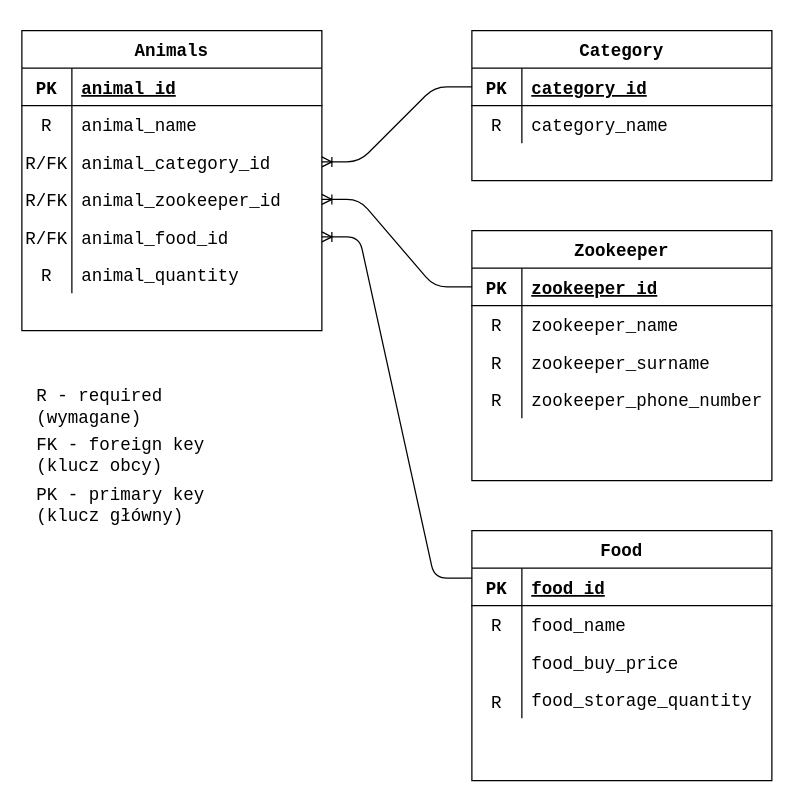
Earlier version of the draw.io diagram assets/diagrams/ERD.drawio (LukaszMichalsky/Project_TIU). Source tidied: cells renumbered, new cells numbered last; positions are measured from the earlier drawing's top-left corner, leaving out a move shared by most shapes. Both pictures are drawn from the tidied source at 125%, with x=0, y=0 at pixel (21, 30).
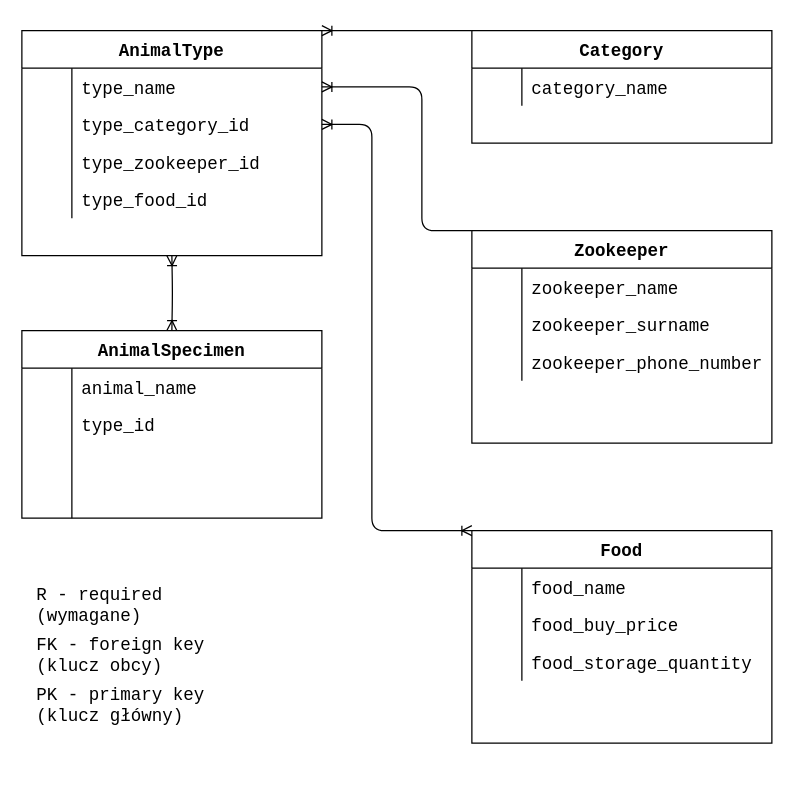
Above is the later version.

Commit message:
Updated ERD diagram

The change refers to these unchanged cells:
```xml
<mxCell id="22" style="group;fontFamily=Courier New;fontSize=14;" parent="1" vertex="1">
  <mxGeometry x="360" y="400" width="240" height="200" as="geometry" />
</mxCell>
<mxCell id="37" style="group;fontFamily=Courier New;fontSize=14;" parent="1" vertex="1">
  <mxGeometry width="240" height="240" as="geometry" />
</mxCell>
```

Change to the diagram source:
```diff
@@
     <mxCell id="2" value="Zookeeper" style="shape=table;startSize=30;childLayout=tableLayout;rowLines=0;fontStyle=1;align=center;fontFamily=Courier New;fontSize=14;" parent="1" vertex="1">
-      <mxGeometry x="360" y="160" width="240" height="200" as="geometry" />
+      <mxGeometry x="360" y="160" width="240" height="170" as="geometry" />
     </mxCell>
-    <mxCell id="3" style="shape=partialRectangle;fillColor=none;top=0;left=0;bottom=1;right=0;points=[[0,0.5],[1,0.5]];portConstraint=eastwest;fontFamily=Courier New;fontSize=14;" parent="2" vertex="1">
-      <mxGeometry y="30" width="240" height="30" as="geometry" />
-    </mxCell>
-    <mxCell id="4" value="PK" style="shape=partialRectangle;fillColor=none;top=0;left=0;bottom=0;right=0;fontStyle=1;overflow=hidden;fontFamily=Courier New;fontSize=14;" parent="3" vertex="1">
-      <mxGeometry width="40" height="30" as="geometry" />
-    </mxCell>
-    <mxCell id="5" value="zookeeper_id" style="shape=partialRectangle;fillColor=none;top=0;left=0;bottom=0;right=0;align=left;spacingLeft=6;fontStyle=5;overflow=hidden;fontFamily=Courier New;fontSize=14;" parent="3" vertex="1">
-      <mxGeometry x="40" width="200" height="30" as="geometry" />
-    </mxCell>
     <mxCell id="6" style="shape=partialRectangle;fillColor=none;top=0;left=0;bottom=0;right=0;fontFamily=Courier New;fontSize=14;" parent="2" vertex="1">
-      <mxGeometry y="60" width="240" height="30" as="geometry" />
+      <mxGeometry y="30" width="240" height="30" as="geometry" />
     </mxCell>
-    <mxCell id="7" value="R" style="shape=partialRectangle;fillColor=none;top=0;left=0;bottom=0;right=0;overflow=hidden;fontFamily=Courier New;fontSize=14;" parent="6" vertex="1">
+    <mxCell id="7" style="shape=partialRectangle;fillColor=none;top=0;left=0;bottom=0;right=0;overflow=hidden;fontFamily=Courier New;fontSize=14;" parent="6" vertex="1">
       <mxGeometry width="40" height="30" as="geometry" />
     </mxCell>
@@
     <mxCell id="9" style="shape=partialRectangle;fillColor=none;top=0;left=0;bottom=0;right=0;fontFamily=Courier New;fontSize=14;" parent="2" vertex="1">
-      <mxGeometry y="90" width="240" height="30" as="geometry" />
+      <mxGeometry y="60" width="240" height="30" as="geometry" />
     </mxCell>
-    <mxCell id="10" value="R" style="shape=partialRectangle;fillColor=none;top=0;left=0;bottom=0;right=0;overflow=hidden;fontFamily=Courier New;fontSize=14;" parent="9" vertex="1">
+    <mxCell id="10" style="shape=partialRectangle;fillColor=none;top=0;left=0;bottom=0;right=0;overflow=hidden;fontFamily=Courier New;fontSize=14;" parent="9" vertex="1">
       <mxGeometry width="40" height="30" as="geometry" />
     </mxCell>
@@
     <mxCell id="12" style="shape=partialRectangle;fillColor=none;top=0;left=0;bottom=0;right=0;fontFamily=Courier New;fontSize=14;" parent="2" vertex="1">
-      <mxGeometry y="120" width="240" height="30" as="geometry" />
+      <mxGeometry y="90" width="240" height="30" as="geometry" />
     </mxCell>
-    <mxCell id="13" value="R" style="shape=partialRectangle;fillColor=none;top=0;left=0;bottom=0;right=0;overflow=hidden;fontFamily=Courier New;fontSize=14;" parent="12" vertex="1">
+    <mxCell id="13" style="shape=partialRectangle;fillColor=none;top=0;left=0;bottom=0;right=0;overflow=hidden;fontFamily=Courier New;fontSize=14;" parent="12" vertex="1">
       <mxGeometry width="40" height="30" as="geometry" />
     </mxCell>
@@
     <mxCell id="15" value="Category" style="shape=table;startSize=30;childLayout=tableLayout;rowLines=0;fontStyle=1;align=center;fontFamily=Courier New;fontSize=14;" parent="1" vertex="1">
-      <mxGeometry x="360" width="240" height="120" as="geometry" />
+      <mxGeometry x="360" width="240" height="90" as="geometry" />
     </mxCell>
-    <mxCell id="16" style="shape=partialRectangle;fillColor=none;top=0;left=0;bottom=1;right=0;points=[[0,0.5],[1,0.5]];portConstraint=eastwest;fontFamily=Courier New;fontSize=14;" parent="15" vertex="1">
-      <mxGeometry y="30" width="240" height="30" as="geometry" />
-    </mxCell>
-    <mxCell id="17" value="PK" style="shape=partialRectangle;fillColor=none;top=0;left=0;bottom=0;right=0;fontStyle=1;overflow=hidden;fontFamily=Courier New;fontSize=14;" parent="16" vertex="1">
-      <mxGeometry width="40" height="30" as="geometry" />
-    </mxCell>
-    <mxCell id="18" value="category_id" style="shape=partialRectangle;fillColor=none;top=0;left=0;bottom=0;right=0;align=left;spacingLeft=6;fontStyle=5;overflow=hidden;fontFamily=Courier New;fontSize=14;" parent="16" vertex="1">
-      <mxGeometry x="40" width="200" height="30" as="geometry" />
-    </mxCell>
     <mxCell id="19" style="shape=partialRectangle;fillColor=none;top=0;left=0;bottom=0;right=0;fontFamily=Courier New;fontSize=14;" parent="15" vertex="1">
-      <mxGeometry y="60" width="240" height="30" as="geometry" />
+      <mxGeometry y="30" width="240" height="30" as="geometry" />
     </mxCell>
-    <mxCell id="20" value="R" style="shape=partialRectangle;fillColor=none;top=0;left=0;bottom=0;right=0;overflow=hidden;fontFamily=Courier New;fontSize=14;" parent="19" vertex="1">
+    <mxCell id="20" style="shape=partialRectangle;fillColor=none;top=0;left=0;bottom=0;right=0;overflow=hidden;fontFamily=Courier New;fontSize=14;" parent="19" vertex="1">
       <mxGeometry width="40" height="30" as="geometry" />
     </mxCell>
@@
     <mxCell id="23" value="Food" style="shape=table;startSize=30;childLayout=tableLayout;rowLines=0;fontStyle=1;align=center;fontFamily=Courier New;fontSize=14;" parent="22" vertex="1">
-      <mxGeometry width="240" height="200" as="geometry" />
+      <mxGeometry width="240" height="170" as="geometry" />
     </mxCell>
-    <mxCell id="24" style="shape=partialRectangle;fillColor=none;top=0;left=0;bottom=1;right=0;points=[[0,0.5],[1,0.5]];portConstraint=eastwest;fontFamily=Courier New;fontSize=14;" parent="23" vertex="1">
-      <mxGeometry y="30" width="240" height="30" as="geometry" />
-    </mxCell>
-    <mxCell id="25" value="PK" style="shape=partialRectangle;fillColor=none;top=0;left=0;bottom=0;right=0;fontStyle=1;overflow=hidden;fontFamily=Courier New;fontSize=14;" parent="24" vertex="1">
-      <mxGeometry width="40" height="30" as="geometry" />
-    </mxCell>
-    <mxCell id="26" value="food_id" style="shape=partialRectangle;fillColor=none;top=0;left=0;bottom=0;right=0;align=left;spacingLeft=6;fontStyle=5;overflow=hidden;fontFamily=Courier New;fontSize=14;" parent="24" vertex="1">
-      <mxGeometry x="40" width="200" height="30" as="geometry" />
-    </mxCell>
     <mxCell id="27" style="shape=partialRectangle;fillColor=none;top=0;left=0;bottom=0;right=0;fontFamily=Courier New;fontSize=14;" parent="23" vertex="1">
-      <mxGeometry y="60" width="240" height="30" as="geometry" />
+      <mxGeometry y="30" width="240" height="30" as="geometry" />
     </mxCell>
-    <mxCell id="28" value="R" style="shape=partialRectangle;fillColor=none;top=0;left=0;bottom=0;right=0;overflow=hidden;fontFamily=Courier New;fontSize=14;" parent="27" vertex="1">
+    <mxCell id="28" style="shape=partialRectangle;fillColor=none;top=0;left=0;bottom=0;right=0;overflow=hidden;fontFamily=Courier New;fontSize=14;" parent="27" vertex="1">
       <mxGeometry width="40" height="30" as="geometry" />
     </mxCell>
@@
     <mxCell id="30" style="shape=partialRectangle;fillColor=none;top=0;left=0;bottom=0;right=0;fontFamily=Courier New;fontSize=14;" parent="23" vertex="1">
-      <mxGeometry y="90" width="240" height="30" as="geometry" />
+      <mxGeometry y="60" width="240" height="30" as="geometry" />
     </mxCell>
@@
     <mxCell id="33" style="shape=partialRectangle;fillColor=none;top=0;left=0;bottom=0;right=0;fontFamily=Courier New;fontSize=14;" parent="23" vertex="1">
-      <mxGeometry y="120" width="240" height="30" as="geometry" />
+      <mxGeometry y="90" width="240" height="30" as="geometry" />
     </mxCell>
@@
-    <mxCell id="36" value="R" style="shape=partialRectangle;fillColor=none;top=0;left=0;bottom=0;right=0;overflow=hidden;fontFamily=Courier New;fontSize=14;" parent="22" vertex="1">
-      <mxGeometry y="117.5" width="40" height="37.5" as="geometry" />
+    <mxCell id="36" style="shape=partialRectangle;fillColor=none;top=0;left=0;bottom=0;right=0;overflow=hidden;fontFamily=Courier New;fontSize=14;" parent="22" vertex="1">
+      <mxGeometry y="86.2" width="40" height="37.5" as="geometry" />
     </mxCell>
@@
-    <mxCell id="38" value="Animals" style="shape=table;startSize=30;childLayout=tableLayout;rowLines=0;fontStyle=1;align=center;fontFamily=Courier New;fontSize=14;" parent="37" vertex="1">
-      <mxGeometry width="240" height="240" as="geometry" />
+    <mxCell id="38" value="AnimalType" style="shape=table;startSize=30;childLayout=tableLayout;rowLines=0;fontStyle=1;align=center;fontFamily=Courier New;fontSize=14;" parent="37" vertex="1">
+      <mxGeometry width="240" height="180" as="geometry" />
     </mxCell>
-    <mxCell id="39" style="shape=partialRectangle;fillColor=none;top=0;left=0;bottom=1;right=0;fontFamily=Courier New;fontSize=14;" parent="38" vertex="1">
-      <mxGeometry y="30" width="240" height="30" as="geometry" />
-    </mxCell>
-    <mxCell id="40" value="PK" style="shape=partialRectangle;fillColor=none;top=0;left=0;bottom=0;right=0;fontStyle=1;overflow=hidden;fontFamily=Courier New;fontSize=14;" parent="39" vertex="1">
-      <mxGeometry width="40" height="30" as="geometry" />
-    </mxCell>
-    <mxCell id="41" value="animal_id" style="shape=partialRectangle;fillColor=none;top=0;left=0;bottom=0;right=0;align=left;spacingLeft=6;fontStyle=5;overflow=hidden;fontFamily=Courier New;fontSize=14;" parent="39" vertex="1">
-      <mxGeometry x="40" width="200" height="30" as="geometry" />
-    </mxCell>
     <mxCell id="42" style="shape=partialRectangle;fillColor=none;top=0;left=0;bottom=0;right=0;points=[[0,0.5],[1,0.5]];portConstraint=eastwest;fontFamily=Courier New;fontSize=14;" parent="38" vertex="1">
-      <mxGeometry y="60" width="240" height="30" as="geometry" />
+      <mxGeometry y="30" width="240" height="30" as="geometry" />
     </mxCell>
-    <mxCell id="43" value="R" style="shape=partialRectangle;fillColor=none;top=0;left=0;bottom=0;right=0;overflow=hidden;fontFamily=Courier New;fontSize=14;" parent="42" vertex="1">
+    <mxCell id="43" style="shape=partialRectangle;fillColor=none;top=0;left=0;bottom=0;right=0;overflow=hidden;fontFamily=Courier New;fontSize=14;" parent="42" vertex="1">
       <mxGeometry width="40" height="30" as="geometry" />
     </mxCell>
-    <mxCell id="44" value="animal_name" style="shape=partialRectangle;fillColor=none;top=0;left=0;bottom=0;right=0;align=left;spacingLeft=6;overflow=hidden;fontFamily=Courier New;fontSize=14;" parent="42" vertex="1">
+    <mxCell id="44" value="type_name" style="shape=partialRectangle;fillColor=none;top=0;left=0;bottom=0;right=0;align=left;spacingLeft=6;overflow=hidden;fontFamily=Courier New;fontSize=14;" parent="42" vertex="1">
       <mxGeometry x="40" width="200" height="30" as="geometry" />
     </mxCell>
     <mxCell id="45" style="shape=partialRectangle;fillColor=none;top=0;left=0;bottom=0;right=0;points=[[0,0.5],[1,0.5]];portConstraint=eastwest;fontFamily=Courier New;fontSize=14;" parent="38" vertex="1">
-      <mxGeometry y="90" width="240" height="30" as="geometry" />
+      <mxGeometry y="60" width="240" height="30" as="geometry" />
     </mxCell>
-    <mxCell id="46" value="R/FK" style="shape=partialRectangle;fillColor=none;top=0;left=0;bottom=0;right=0;overflow=hidden;fontFamily=Courier New;fontSize=14;" parent="45" vertex="1">
+    <mxCell id="46" style="shape=partialRectangle;fillColor=none;top=0;left=0;bottom=0;right=0;overflow=hidden;fontFamily=Courier New;fontSize=14;" parent="45" vertex="1">
       <mxGeometry width="40" height="30" as="geometry" />
     </mxCell>
-    <mxCell id="47" value="animal_category_id" style="shape=partialRectangle;fillColor=none;top=0;left=0;bottom=0;right=0;align=left;spacingLeft=6;overflow=hidden;fontFamily=Courier New;fontSize=14;" parent="45" vertex="1">
+    <mxCell id="47" value="type_category_id" style="shape=partialRectangle;fillColor=none;top=0;left=0;bottom=0;right=0;align=left;spacingLeft=6;overflow=hidden;fontFamily=Courier New;fontSize=14;" parent="45" vertex="1">
       <mxGeometry x="40" width="200" height="30" as="geometry" />
     </mxCell>
     <mxCell id="48" style="shape=partialRectangle;fillColor=none;top=0;left=0;bottom=0;right=0;points=[[0,0.5],[1,0.5]];portConstraint=eastwest;fontFamily=Courier New;fontSize=14;" parent="38" vertex="1">
-      <mxGeometry y="120" width="240" height="30" as="geometry" />
+      <mxGeometry y="90" width="240" height="30" as="geometry" />
     </mxCell>
-    <mxCell id="49" value="R/FK" style="shape=partialRectangle;fillColor=none;top=0;left=0;bottom=0;right=0;overflow=hidden;fontFamily=Courier New;fontSize=14;" parent="48" vertex="1">
+    <mxCell id="49" style="shape=partialRectangle;fillColor=none;top=0;left=0;bottom=0;right=0;overflow=hidden;fontFamily=Courier New;fontSize=14;" parent="48" vertex="1">
       <mxGeometry width="40" height="30" as="geometry" />
     </mxCell>
-    <mxCell id="50" value="animal_zookeeper_id" style="shape=partialRectangle;fillColor=none;top=0;left=0;bottom=0;right=0;align=left;spacingLeft=6;overflow=hidden;fontFamily=Courier New;fontSize=14;" parent="48" vertex="1">
+    <mxCell id="50" value="type_zookeeper_id" style="shape=partialRectangle;fillColor=none;top=0;left=0;bottom=0;right=0;align=left;spacingLeft=6;overflow=hidden;fontFamily=Courier New;fontSize=14;" parent="48" vertex="1">
       <mxGeometry x="40" width="200" height="30" as="geometry" />
     </mxCell>
     <mxCell id="51" style="shape=partialRectangle;fillColor=none;top=0;left=0;bottom=0;right=0;points=[[0,0.5],[1,0.5]];portConstraint=eastwest;fontFamily=Courier New;fontSize=14;" parent="38" vertex="1">
-      <mxGeometry y="150" width="240" height="30" as="geometry" />
+      <mxGeometry y="120" width="240" height="30" as="geometry" />
     </mxCell>
-    <mxCell id="52" value="R/FK" style="shape=partialRectangle;fillColor=none;top=0;left=0;bottom=0;right=0;overflow=hidden;fontFamily=Courier New;fontSize=14;" parent="51" vertex="1">
+    <mxCell id="52" style="shape=partialRectangle;fillColor=none;top=0;left=0;bottom=0;right=0;overflow=hidden;fontFamily=Courier New;fontSize=14;" parent="51" vertex="1">
       <mxGeometry width="40" height="30" as="geometry" />
     </mxCell>
-    <mxCell id="53" value="animal_food_id" style="shape=partialRectangle;fillColor=none;top=0;left=0;bottom=0;right=0;align=left;spacingLeft=6;overflow=hidden;fontFamily=Courier New;fontSize=14;" parent="51" vertex="1">
+    <mxCell id="53" value="type_food_id" style="shape=partialRectangle;fillColor=none;top=0;left=0;bottom=0;right=0;align=left;spacingLeft=6;overflow=hidden;fontFamily=Courier New;fontSize=14;" parent="51" vertex="1">
       <mxGeometry x="40" width="200" height="30" as="geometry" />
     </mxCell>
-    <mxCell id="54" style="shape=partialRectangle;fillColor=none;top=0;left=0;bottom=0;right=0;fontFamily=Courier New;fontSize=14;" parent="38" vertex="1">
-      <mxGeometry y="180" width="240" height="30" as="geometry" />
-    </mxCell>
-    <mxCell id="55" value="R" style="shape=partialRectangle;fillColor=none;top=0;left=0;bottom=0;right=0;overflow=hidden;fontFamily=Courier New;fontSize=14;" parent="54" vertex="1">
-      <mxGeometry width="40" height="30" as="geometry" />
-    </mxCell>
-    <mxCell id="56" value="animal_quantity" style="shape=partialRectangle;fillColor=none;top=0;left=0;bottom=0;right=0;align=left;spacingLeft=6;overflow=hidden;fontFamily=Courier New;fontSize=14;" parent="54" vertex="1">
-      <mxGeometry x="40" width="200" height="30" as="geometry" />
-    </mxCell>
-    <mxCell id="57" style="edgeStyle=entityRelationEdgeStyle;fontSize=14;html=1;endArrow=ERoneToMany;exitX=0;exitY=0.5;exitDx=0;exitDy=0;fontFamily=Courier New;" parent="1" edge="1" source="3" target="48">
-      <mxGeometry relative="1" as="geometry" />
-    </mxCell>
-    <mxCell id="58" style="edgeStyle=entityRelationEdgeStyle;fontSize=14;html=1;endArrow=ERoneToMany;exitX=0;exitY=0.5;exitDx=0;exitDy=0;fontFamily=Courier New;" parent="1" edge="1" source="16" target="45">
-      <mxGeometry relative="1" as="geometry" />
-    </mxCell>
-    <mxCell id="59" style="edgeStyle=entityRelationEdgeStyle;fontSize=14;html=1;endArrow=ERoneToMany;exitX=0;exitY=0.267;exitDx=0;exitDy=0;exitPerimeter=0;fontFamily=Courier New;" parent="1" edge="1" source="24" target="51">
-      <mxGeometry relative="1" as="geometry" />
-    </mxCell>
     <mxCell id="60" value="&lt;div&gt;R - required&lt;/div&gt;&lt;div&gt;(wymagane)&lt;/div&gt;" style="text;html=1;strokeColor=none;fillColor=none;align=left;verticalAlign=middle;whiteSpace=wrap;rounded=0;fontFamily=Courier New;fontSize=14;spacingLeft=10;" parent="1" vertex="1">
-      <mxGeometry y="281" width="240" height="39" as="geometry" />
+      <mxGeometry y="440.5" width="240" height="39" as="geometry" />
     </mxCell>
     <mxCell id="61" value="&lt;div&gt;FK - foreign key&lt;/div&gt;&lt;div&gt;(klucz obcy)&lt;br&gt;&lt;/div&gt;" style="text;html=1;strokeColor=none;fillColor=none;align=left;verticalAlign=middle;whiteSpace=wrap;rounded=0;fontFamily=Courier New;fontSize=14;spacingLeft=10;" parent="1" vertex="1">
-      <mxGeometry y="320" width="240" height="40" as="geometry" />
+      <mxGeometry y="479.5" width="240" height="40" as="geometry" />
     </mxCell>
     <mxCell id="62" value="&lt;div&gt;PK - primary key&lt;/div&gt;&lt;div&gt;(klucz główny)&lt;br&gt;&lt;/div&gt;" style="text;html=1;strokeColor=none;fillColor=none;align=left;verticalAlign=middle;whiteSpace=wrap;rounded=0;fontFamily=Courier New;fontSize=14;spacingLeft=10;" parent="1" vertex="1">
-      <mxGeometry y="360" width="240" height="40" as="geometry" />
+      <mxGeometry y="519.5" width="240" height="40" as="geometry" />
     </mxCell>
+    <mxCell id="63" style="edgeStyle=entityRelationEdgeStyle;fontSize=12;html=1;endArrow=ERoneToMany;exitX=0;exitY=0;exitDx=0;exitDy=0;entryX=1;entryY=0;entryDx=0;entryDy=0;" parent="1" edge="1" source="15" target="38">
+      <mxGeometry relative="1" as="geometry" />
+    </mxCell>
+    <mxCell id="64" style="edgeStyle=elbowEdgeStyle;fontSize=12;html=1;endArrow=ERoneToMany;exitX=0;exitY=0;exitDx=0;exitDy=0;entryX=1;entryY=0.5;entryDx=0;entryDy=0;" parent="1" edge="1" source="2" target="42">
+      <mxGeometry relative="1" as="geometry">
+        <Array as="points">
+          <mxPoint x="320" y="80" />
+        </Array>
+      </mxGeometry>
+    </mxCell>
+    <mxCell id="65" style="edgeStyle=elbowEdgeStyle;fontSize=12;html=1;endArrow=ERoneToMany;entryX=1;entryY=0.5;entryDx=0;entryDy=0;exitX=0;exitY=0;exitDx=0;exitDy=0;startArrow=ERoneToMany;startFill=0;" parent="1" edge="1" source="23" target="45">
+      <mxGeometry relative="1" as="geometry">
+        <Array as="points">
+          <mxPoint x="280" y="210" />
+        </Array>
+      </mxGeometry>
+    </mxCell>
+    <mxCell id="66" value="AnimalSpecimen" style="shape=table;startSize=30;childLayout=tableLayout;rowLines=0;fontStyle=1;align=center;fontFamily=Courier New;fontSize=14;" parent="1" vertex="1">
+      <mxGeometry y="240" width="240" height="150" as="geometry" />
+    </mxCell>
+    <mxCell id="67" style="shape=partialRectangle;fillColor=none;top=0;left=0;bottom=0;right=0;fontFamily=Courier New;fontSize=14;" parent="66" vertex="1">
+      <mxGeometry y="30" width="240" height="30" as="geometry" />
+    </mxCell>
+    <mxCell id="68" style="shape=partialRectangle;fillColor=none;top=0;left=0;bottom=0;right=0;overflow=hidden;fontFamily=Courier New;fontSize=14;" parent="67" vertex="1">
+      <mxGeometry width="40" height="30" as="geometry" />
+    </mxCell>
+    <mxCell id="69" value="animal_name" style="shape=partialRectangle;fillColor=none;top=0;left=0;bottom=0;right=0;align=left;spacingLeft=6;overflow=hidden;fontFamily=Courier New;fontSize=14;" parent="67" vertex="1">
+      <mxGeometry x="40" width="200" height="30" as="geometry" />
+    </mxCell>
+    <mxCell id="70" style="shape=partialRectangle;fillColor=none;top=0;left=0;bottom=0;right=0;fontFamily=Courier New;fontSize=14;" parent="66" vertex="1">
+      <mxGeometry y="60" width="240" height="30" as="geometry" />
+    </mxCell>
+    <mxCell id="71" style="shape=partialRectangle;fillColor=none;top=0;left=0;bottom=0;right=0;overflow=hidden;fontFamily=Courier New;fontSize=14;" parent="70" vertex="1">
+      <mxGeometry width="40" height="30" as="geometry" />
+    </mxCell>
+    <mxCell id="72" value="type_id" style="shape=partialRectangle;fillColor=none;top=0;left=0;bottom=0;right=0;align=left;spacingLeft=6;overflow=hidden;fontFamily=Courier New;fontSize=14;" parent="70" vertex="1">
+      <mxGeometry x="40" width="200" height="30" as="geometry" />
+    </mxCell>
+    <mxCell id="73" style="shape=partialRectangle;fillColor=none;top=0;left=0;bottom=0;right=0;fontFamily=Courier New;fontSize=14;" parent="66" vertex="1">
+      <mxGeometry y="90" width="240" height="30" as="geometry" />
+    </mxCell>
+    <mxCell id="74" style="shape=partialRectangle;fillColor=none;top=0;left=0;bottom=0;right=0;overflow=hidden;fontFamily=Courier New;fontSize=14;" parent="73" vertex="1">
+      <mxGeometry width="40" height="30" as="geometry" />
+    </mxCell>
+    <mxCell id="75" style="shape=partialRectangle;fillColor=none;top=0;left=0;bottom=0;right=0;align=left;spacingLeft=6;overflow=hidden;fontFamily=Courier New;fontSize=14;" parent="73" vertex="1">
+      <mxGeometry x="40" width="200" height="30" as="geometry" />
+    </mxCell>
+    <mxCell id="76" style="shape=partialRectangle;fillColor=none;top=0;left=0;bottom=0;right=0;fontFamily=Courier New;fontSize=14;" parent="66" vertex="1">
+      <mxGeometry y="120" width="240" height="30" as="geometry" />
+    </mxCell>
+    <mxCell id="77" style="shape=partialRectangle;fillColor=none;top=0;left=0;bottom=0;right=0;overflow=hidden;fontFamily=Courier New;fontSize=14;" parent="76" vertex="1">
+      <mxGeometry width="40" height="30" as="geometry" />
+    </mxCell>
+    <mxCell id="78" style="shape=partialRectangle;fillColor=none;top=0;left=0;bottom=0;right=0;align=left;spacingLeft=6;overflow=hidden;fontFamily=Courier New;fontSize=14;" parent="76" vertex="1">
+      <mxGeometry x="40" width="200" height="30" as="geometry" />
+    </mxCell>
+    <mxCell id="79" style="edgeStyle=orthogonalEdgeStyle;fontSize=12;html=1;endArrow=ERoneToMany;startArrow=ERoneToMany;startFill=0;entryX=0.5;entryY=1;entryDx=0;entryDy=0;" parent="1" edge="1" target="38">
+      <mxGeometry relative="1" as="geometry">
+        <mxPoint x="120" y="240" as="sourcePoint" />
+      </mxGeometry>
+    </mxCell>
```
